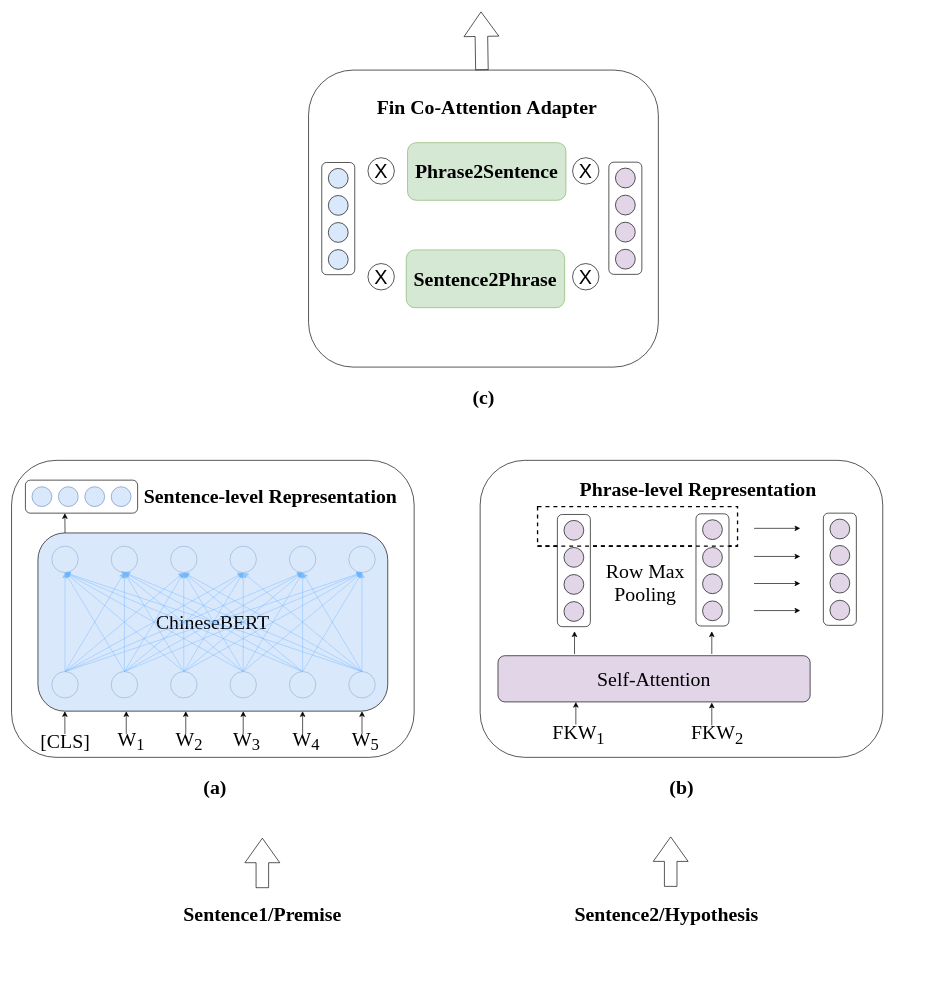
This is text_match/NLI_method.drawio from lengyueit/paper_pic, a draw.io file, before an edit. Source tidied: cells renumbered, new cells numbered last; positions are measured from the earlier drawing's top-left corner, leaving out a move shared by most shapes. Both pictures are drawn from the tidied source at 66%, with x=0, y=0 at pixel (11, 11).
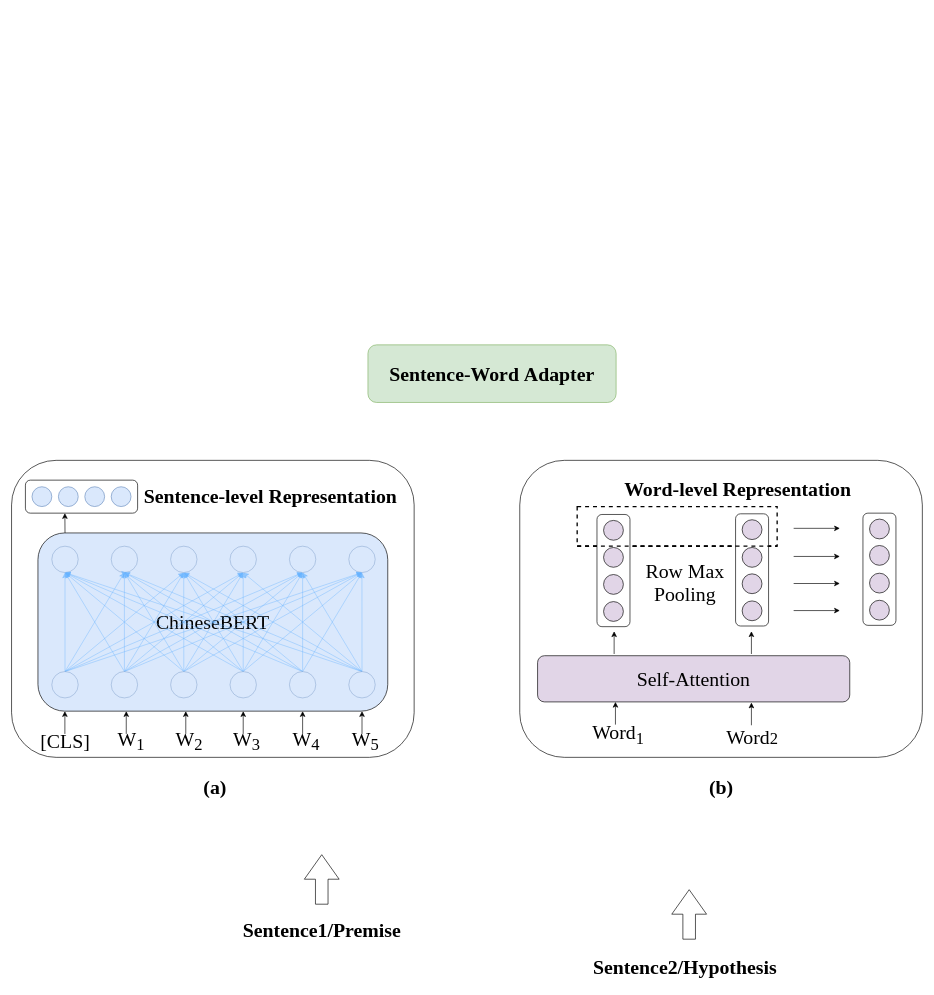
After the change.

The edit, as a diff of the source:
```diff
@@
     <mxCell id="2" value="&lt;font face=&quot;Times New Roman&quot; style=&quot;font-size: 30px;&quot;&gt;&lt;b&gt;Sentence1/Premise&lt;/b&gt;&lt;/font&gt;" style="text;html=1;align=center;verticalAlign=middle;strokeColor=none;fillColor=none;" parent="1" vertex="1">
-      <mxGeometry x="250" y="1342" width="260" height="50" as="geometry" />
+      <mxGeometry x="340" y="1367" width="260" height="50" as="geometry" />
     </mxCell>
     <mxCell id="3" value="&lt;font face=&quot;Times New Roman&quot; style=&quot;font-size: 30px;&quot;&gt;&lt;b&gt;Sentence2/Hypothesis&lt;/b&gt;&lt;/font&gt;" style="text;html=1;align=center;verticalAlign=middle;strokeColor=none;fillColor=none;" parent="1" vertex="1">
-      <mxGeometry x="842" y="1342" width="300" height="50" as="geometry" />
+      <mxGeometry x="870" y="1422" width="300" height="50" as="geometry" />
     </mxCell>
     <mxCell id="4" style="shape=flexArrow;endArrow=classic;html=1;rounded=0;endWidth=32.72727272727273;endSize=12.047619047619047;width=19.047619047619047;" parent="1" edge="1">
       <mxGeometry relative="1" as="geometry">
-        <mxPoint x="380" y="1328" as="sourcePoint" />
-        <mxPoint x="380" y="1252" as="targetPoint" />
+        <mxPoint x="470" y="1353" as="sourcePoint" />
+        <mxPoint x="470" y="1277" as="targetPoint" />
       </mxGeometry>
     </mxCell>
     <mxCell id="5" style="shape=flexArrow;endArrow=classic;html=1;rounded=0;endWidth=32.72727272727273;endSize=12.047619047619047;width=19.047619047619047;" parent="1" edge="1">
       <mxGeometry relative="1" as="geometry">
-        <mxPoint x="998.7" y="1326" as="sourcePoint" />
-        <mxPoint x="998.7" y="1250" as="targetPoint" />
+        <mxPoint x="1026.7" y="1406" as="sourcePoint" />
+        <mxPoint x="1026.7" y="1330" as="targetPoint" />
       </mxGeometry>
     </mxCell>
@@
     <mxCell id="76" style="rounded=1;whiteSpace=wrap;html=1;" parent="1" vertex="1">
-      <mxGeometry x="710" y="680" width="610" height="450" as="geometry" />
+      <mxGeometry x="770" y="680" width="610" height="450" as="geometry" />
     </mxCell>
     <mxCell id="77" value="&lt;font face=&quot;Times New Roman&quot;&gt;&lt;span style=&quot;font-size: 30px;&quot;&gt;&lt;b&gt;(b)&lt;/b&gt;&lt;/span&gt;&lt;/font&gt;" style="text;html=1;align=center;verticalAlign=middle;strokeColor=none;fillColor=none;" parent="1" vertex="1">
-      <mxGeometry x="985" y="1150" width="60" height="50" as="geometry" />
+      <mxGeometry x="1045" y="1150" width="60" height="50" as="geometry" />
     </mxCell>
-    <mxCell id="78" value="&lt;font face=&quot;Times New Roman&quot; style=&quot;font-size: 30px;&quot;&gt;FKW&lt;sub&gt;1&lt;/sub&gt;&lt;/font&gt;" style="text;html=1;align=center;verticalAlign=middle;strokeColor=none;fillColor=none;" parent="1" vertex="1">
-      <mxGeometry x="809" y="1065" width="100" height="60" as="geometry" />
+    <mxCell id="78" value="&lt;font face=&quot;Times New Roman&quot;&gt;&lt;span style=&quot;font-size: 30px;&quot;&gt;Word&lt;sub&gt;1&lt;/sub&gt;&lt;/span&gt;&lt;/font&gt;" style="text;html=1;align=center;verticalAlign=middle;strokeColor=none;fillColor=none;" parent="1" vertex="1">
+      <mxGeometry x="869" y="1065" width="100" height="60" as="geometry" />
     </mxCell>
     <mxCell id="79" value="&lt;font style=&quot;font-size: 30px;&quot; face=&quot;Times New Roman&quot;&gt;Self-Attention&lt;/font&gt;" style="rounded=1;whiteSpace=wrap;html=1;fillColor=#e1d5e7;strokeColor=#000000;" parent="1" vertex="1">
-      <mxGeometry x="737" y="976" width="473" height="70" as="geometry" />
+      <mxGeometry x="797" y="976" width="473" height="70" as="geometry" />
     </mxCell>
-    <mxCell id="80" value="&lt;font style=&quot;font-size: 30px;&quot; face=&quot;Times New Roman&quot;&gt;&lt;b&gt;Phrase&lt;/b&gt;&lt;/font&gt;&lt;font face=&quot;Times New Roman&quot; style=&quot;font-size: 30px;&quot;&gt;&lt;b&gt;&lt;font style=&quot;font-size: 30px;&quot;&gt;-level&amp;nbsp;&lt;/font&gt;Representation&lt;/b&gt;&lt;/font&gt;" style="text;html=1;align=center;verticalAlign=middle;strokeColor=none;fillColor=none;" parent="1" vertex="1">
-      <mxGeometry x="850" y="699" width="380" height="50" as="geometry" />
+    <mxCell id="80" value="&lt;font style=&quot;font-size: 30px;&quot; face=&quot;Times New Roman&quot;&gt;&lt;b&gt;Word&lt;/b&gt;&lt;/font&gt;&lt;font face=&quot;Times New Roman&quot; style=&quot;font-size: 30px;&quot;&gt;&lt;b&gt;&lt;font style=&quot;font-size: 30px;&quot;&gt;-level&amp;nbsp;&lt;/font&gt;Representation&lt;/b&gt;&lt;/font&gt;" style="text;html=1;align=center;verticalAlign=middle;strokeColor=none;fillColor=none;" parent="1" vertex="1">
+      <mxGeometry x="915" y="699" width="370" height="50" as="geometry" />
     </mxCell>
-    <mxCell id="81" value="&lt;font face=&quot;Times New Roman&quot; style=&quot;font-size: 30px;&quot;&gt;FKW&lt;sub&gt;2&lt;/sub&gt;&lt;/font&gt;" style="text;html=1;align=center;verticalAlign=middle;strokeColor=none;fillColor=none;" parent="1" vertex="1">
-      <mxGeometry x="1019" y="1065" width="100" height="60" as="geometry" />
-    </mxCell>
     <mxCell id="82" style="rounded=0;whiteSpace=wrap;html=1;dashed=1;strokeWidth=2;" parent="1" vertex="1">
-      <mxGeometry x="797" y="750" width="303" height="60" as="geometry" />
+      <mxGeometry x="857" y="750" width="303" height="60" as="geometry" />
     </mxCell>
     <mxCell id="83" value="&lt;font face=&quot;Times New Roman&quot; style=&quot;font-size: 30px;&quot;&gt;Row Max &lt;br&gt;Pooling&lt;/font&gt;" style="text;html=1;align=center;verticalAlign=middle;strokeColor=none;fillColor=none;" parent="1" vertex="1">
-      <mxGeometry x="890" y="820" width="140" height="90" as="geometry" />
+      <mxGeometry x="950" y="820" width="140" height="90" as="geometry" />
     </mxCell>
     <mxCell id="84" style="endArrow=classic;html=1;rounded=0;" parent="1" edge="1">
       <mxGeometry relative="1" as="geometry">
-        <mxPoint x="855" y="1080.4" as="sourcePoint" />
-        <mxPoint x="855" y="1046" as="targetPoint" />
+        <mxPoint x="915" y="1080.4" as="sourcePoint" />
+        <mxPoint x="915" y="1046" as="targetPoint" />
       </mxGeometry>
     </mxCell>
     <mxCell id="85" style="endArrow=classic;html=1;rounded=0;" parent="1" edge="1">
       <mxGeometry relative="1" as="geometry">
-        <mxPoint x="1061" y="1081.4" as="sourcePoint" />
-        <mxPoint x="1061" y="1047" as="targetPoint" />
+        <mxPoint x="1121" y="1081.4" as="sourcePoint" />
+        <mxPoint x="1121" y="1047" as="targetPoint" />
       </mxGeometry>
     </mxCell>
     <mxCell id="86" style="endArrow=classic;html=1;rounded=0;" parent="1" edge="1">
       <mxGeometry relative="1" as="geometry">
-        <mxPoint x="1061" y="973.4" as="sourcePoint" />
-        <mxPoint x="1061" y="939" as="targetPoint" />
+        <mxPoint x="1121" y="973.4" as="sourcePoint" />
+        <mxPoint x="1121" y="939" as="targetPoint" />
       </mxGeometry>
     </mxCell>
     <mxCell id="87" style="endArrow=classic;html=1;rounded=0;" parent="1" edge="1">
       <mxGeometry relative="1" as="geometry">
-        <mxPoint x="853" y="973.4" as="sourcePoint" />
-        <mxPoint x="853" y="939" as="targetPoint" />
+        <mxPoint x="913" y="973.4" as="sourcePoint" />
+        <mxPoint x="913" y="939" as="targetPoint" />
       </mxGeometry>
     </mxCell>
     <mxCell id="88" style="endArrow=classic;html=1;rounded=0;" parent="1" edge="1">
       <mxGeometry relative="1" as="geometry">
-        <mxPoint x="1125" y="783" as="sourcePoint" />
-        <mxPoint x="1195" y="783" as="targetPoint" />
+        <mxPoint x="1185" y="783" as="sourcePoint" />
+        <mxPoint x="1255" y="783" as="targetPoint" />
       </mxGeometry>
     </mxCell>
     <mxCell id="89" style="endArrow=classic;html=1;rounded=0;" parent="1" edge="1">
       <mxGeometry relative="1" as="geometry">
-        <mxPoint x="1125" y="825.6" as="sourcePoint" />
-        <mxPoint x="1195" y="825.6" as="targetPoint" />
+        <mxPoint x="1185" y="825.6" as="sourcePoint" />
+        <mxPoint x="1255" y="825.6" as="targetPoint" />
       </mxGeometry>
     </mxCell>
     <mxCell id="90" style="endArrow=classic;html=1;rounded=0;" parent="1" edge="1">
       <mxGeometry relative="1" as="geometry">
-        <mxPoint x="1125" y="866.6" as="sourcePoint" />
-        <mxPoint x="1195" y="866.6" as="targetPoint" />
+        <mxPoint x="1185" y="866.6" as="sourcePoint" />
+        <mxPoint x="1255" y="866.6" as="targetPoint" />
       </mxGeometry>
     </mxCell>
     <mxCell id="91" style="endArrow=classic;html=1;rounded=0;" parent="1" edge="1">
       <mxGeometry relative="1" as="geometry">
-        <mxPoint x="1125" y="907.6" as="sourcePoint" />
-        <mxPoint x="1195" y="907.6" as="targetPoint" />
+        <mxPoint x="1185" y="907.6" as="sourcePoint" />
+        <mxPoint x="1255" y="907.6" as="targetPoint" />
       </mxGeometry>
     </mxCell>
@@
     <mxCell id="93" style="rounded=1;whiteSpace=wrap;html=1;direction=west;rotation=90;" parent="1" vertex="1">
-      <mxGeometry x="977" y="821" width="170" height="50" as="geometry" />
+      <mxGeometry x="1037" y="821" width="170" height="50" as="geometry" />
     </mxCell>
     <mxCell id="94" style="ellipse;whiteSpace=wrap;html=1;fillColor=#e1d5e7;direction=west;" parent="1" vertex="1">
-      <mxGeometry x="1047" y="770" width="30" height="30" as="geometry" />
+      <mxGeometry x="1107" y="770" width="30" height="30" as="geometry" />
     </mxCell>
     <mxCell id="95" style="ellipse;whiteSpace=wrap;html=1;fillColor=#e1d5e7;direction=west;" parent="1" vertex="1">
-      <mxGeometry x="1047" y="812" width="30" height="30" as="geometry" />
+      <mxGeometry x="1107" y="812" width="30" height="30" as="geometry" />
     </mxCell>
     <mxCell id="96" style="ellipse;whiteSpace=wrap;html=1;fillColor=#e1d5e7;direction=west;" parent="1" vertex="1">
-      <mxGeometry x="1047" y="852" width="30" height="30" as="geometry" />
+      <mxGeometry x="1107" y="852" width="30" height="30" as="geometry" />
     </mxCell>
     <mxCell id="97" style="ellipse;whiteSpace=wrap;html=1;fillColor=#e1d5e7;direction=west;" parent="1" vertex="1">
-      <mxGeometry x="1047" y="893" width="30" height="30" as="geometry" />
+      <mxGeometry x="1107" y="893" width="30" height="30" as="geometry" />
     </mxCell>
     <mxCell id="98" style="rounded=1;whiteSpace=wrap;html=1;direction=west;rotation=90;" parent="1" vertex="1">
-      <mxGeometry x="1170" y="820" width="170" height="50" as="geometry" />
+      <mxGeometry x="1230" y="820" width="170" height="50" as="geometry" />
     </mxCell>
     <mxCell id="99" style="ellipse;whiteSpace=wrap;html=1;fillColor=#e1d5e7;direction=west;" parent="1" vertex="1">
-      <mxGeometry x="1240" y="769" width="30" height="30" as="geometry" />
+      <mxGeometry x="1300" y="769" width="30" height="30" as="geometry" />
     </mxCell>
     <mxCell id="100" style="ellipse;whiteSpace=wrap;html=1;fillColor=#e1d5e7;direction=west;" parent="1" vertex="1">
-      <mxGeometry x="1240" y="809" width="30" height="30" as="geometry" />
+      <mxGeometry x="1300" y="809" width="30" height="30" as="geometry" />
     </mxCell>
     <mxCell id="101" style="ellipse;whiteSpace=wrap;html=1;fillColor=#e1d5e7;direction=west;" parent="1" vertex="1">
-      <mxGeometry x="1240" y="851" width="30" height="30" as="geometry" />
+      <mxGeometry x="1300" y="851" width="30" height="30" as="geometry" />
     </mxCell>
     <mxCell id="102" style="ellipse;whiteSpace=wrap;html=1;fillColor=#e1d5e7;direction=west;" parent="1" vertex="1">
-      <mxGeometry x="1240" y="892" width="30" height="30" as="geometry" />
+      <mxGeometry x="1300" y="892" width="30" height="30" as="geometry" />
     </mxCell>
     <mxCell id="103" style="rounded=1;whiteSpace=wrap;html=1;direction=west;rotation=90;" parent="1" vertex="1">
-      <mxGeometry x="767" y="822" width="170" height="50" as="geometry" />
+      <mxGeometry x="827" y="822" width="170" height="50" as="geometry" />
     </mxCell>
     <mxCell id="104" style="ellipse;whiteSpace=wrap;html=1;fillColor=#e1d5e7;direction=west;" parent="1" vertex="1">
-      <mxGeometry x="837" y="771" width="30" height="30" as="geometry" />
+      <mxGeometry x="897" y="771" width="30" height="30" as="geometry" />
     </mxCell>
     <mxCell id="105" style="ellipse;whiteSpace=wrap;html=1;fillColor=#e1d5e7;direction=west;" parent="1" vertex="1">
-      <mxGeometry x="837" y="812" width="30" height="30" as="geometry" />
+      <mxGeometry x="897" y="812" width="30" height="30" as="geometry" />
     </mxCell>
     <mxCell id="106" style="ellipse;whiteSpace=wrap;html=1;fillColor=#e1d5e7;direction=west;" parent="1" vertex="1">
-      <mxGeometry x="837" y="853" width="30" height="30" as="geometry" />
+      <mxGeometry x="897" y="853" width="30" height="30" as="geometry" />
     </mxCell>
     <mxCell id="107" style="ellipse;whiteSpace=wrap;html=1;fillColor=#e1d5e7;direction=west;" parent="1" vertex="1">
-      <mxGeometry x="837" y="894" width="30" height="30" as="geometry" />
+      <mxGeometry x="897" y="894" width="30" height="30" as="geometry" />
     </mxCell>
     <mxCell id="108" style="endArrow=none;dashed=1;html=1;rounded=0;strokeWidth=2;" parent="1" edge="1">
       <mxGeometry relative="1" as="geometry">
-        <mxPoint x="797" y="810" as="sourcePoint" />
-        <mxPoint x="1100" y="810" as="targetPoint" />
+        <mxPoint x="857" y="810" as="sourcePoint" />
+        <mxPoint x="1160" y="810" as="targetPoint" />
       </mxGeometry>
     </mxCell>
-    <mxCell id="109" style="rounded=1;whiteSpace=wrap;html=1;" parent="1" vertex="1">
-      <mxGeometry x="450" y="88.7" width="530" height="450" as="geometry" />
-    </mxCell>
-    <mxCell id="110" value="&lt;font face=&quot;Times New Roman&quot; style=&quot;font-size: 30px;&quot;&gt;&lt;b&gt;Fin Co-Attention&amp;nbsp;&lt;/b&gt;&lt;/font&gt;&lt;font size=&quot;1&quot; face=&quot;Times New Roman&quot;&gt;&lt;b style=&quot;font-size: 30px;&quot;&gt;Adapter&lt;/b&gt;&lt;/font&gt;" style="text;html=1;align=center;verticalAlign=middle;strokeColor=none;fillColor=none;" parent="1" vertex="1">
-      <mxGeometry x="540" y="118.7" width="360" height="50" as="geometry" />
-    </mxCell>
-    <mxCell id="111" value="&lt;b style=&quot;border-color: var(--border-color); font-family: &amp;quot;Times New Roman&amp;quot;; font-size: 30px;&quot;&gt;Phrase2Sentence&lt;/b&gt;" style="rounded=1;whiteSpace=wrap;html=1;fillColor=#d5e8d4;strokeColor=#82b366;" parent="1" vertex="1">
-      <mxGeometry x="600" y="198.7" width="240" height="87.3" as="geometry" />
+    <mxCell id="111" value="&lt;font style=&quot;border-color: var(--border-color); font-size: 30px;&quot; face=&quot;Times New Roman&quot;&gt;&lt;b style=&quot;border-color: var(--border-color);&quot;&gt;Sentence-Word&amp;nbsp;&lt;/b&gt;&lt;/font&gt;&lt;font style=&quot;border-color: var(--border-color);&quot; face=&quot;Times New Roman&quot;&gt;&lt;b style=&quot;border-color: var(--border-color); font-size: 30px;&quot;&gt;Adapter&lt;/b&gt;&lt;/font&gt;" style="rounded=1;whiteSpace=wrap;html=1;fillColor=#d5e8d4;strokeColor=#82b366;" parent="1" vertex="1">
+      <mxGeometry x="540" y="505" width="376" height="87.3" as="geometry" />
     </mxCell>
-    <mxCell id="112" value="&lt;b style=&quot;border-color: var(--border-color); font-family: &amp;quot;Times New Roman&amp;quot;; font-size: 30px;&quot;&gt;Sentence2&lt;/b&gt;&lt;b style=&quot;border-color: var(--border-color); font-family: &amp;quot;Times New Roman&amp;quot;; font-size: 30px;&quot;&gt;Phrase&lt;/b&gt;" style="rounded=1;whiteSpace=wrap;html=1;fillColor=#d5e8d4;strokeColor=#82b366;" parent="1" vertex="1">
-      <mxGeometry x="598" y="361.1" width="240" height="87.6" as="geometry" />
-    </mxCell>
-    <mxCell id="113" value="&lt;div&gt;&lt;font style=&quot;font-size: 30px;&quot;&gt;X&lt;/font&gt;&lt;/div&gt;" style="ellipse;whiteSpace=wrap;html=1;" parent="1" vertex="1">
-      <mxGeometry x="540" y="221.5" width="40" height="40" as="geometry" />
-    </mxCell>
-    <mxCell id="114" value="&lt;div&gt;&lt;font style=&quot;font-size: 30px;&quot;&gt;X&lt;/font&gt;&lt;/div&gt;" style="ellipse;whiteSpace=wrap;html=1;" parent="1" vertex="1">
-      <mxGeometry x="540" y="381.8" width="40" height="40" as="geometry" />
-    </mxCell>
-    <mxCell id="115" value="&lt;div&gt;&lt;font style=&quot;font-size: 30px;&quot;&gt;X&lt;/font&gt;&lt;/div&gt;" style="ellipse;whiteSpace=wrap;html=1;" parent="1" vertex="1">
-      <mxGeometry x="850" y="221.5" width="40" height="40" as="geometry" />
-    </mxCell>
-    <mxCell id="116" value="&lt;div&gt;&lt;font style=&quot;font-size: 30px;&quot;&gt;X&lt;/font&gt;&lt;/div&gt;" style="ellipse;whiteSpace=wrap;html=1;" parent="1" vertex="1">
-      <mxGeometry x="850" y="381.8" width="40" height="40" as="geometry" />
-    </mxCell>
-    <mxCell id="117" value="&lt;font face=&quot;Times New Roman&quot;&gt;&lt;span style=&quot;font-size: 30px;&quot;&gt;&lt;b&gt;(c)&lt;/b&gt;&lt;/span&gt;&lt;/font&gt;" style="text;html=1;align=center;verticalAlign=middle;strokeColor=none;fillColor=none;" parent="1" vertex="1">
-      <mxGeometry x="685" y="558.7" width="60" height="50" as="geometry" />
-    </mxCell>
-    <mxCell id="118" style="group;" parent="1" vertex="1">
-      <mxGeometry x="470" y="228.7" width="50" height="170" as="geometry" />
-    </mxCell>
-    <mxCell id="119" style="rounded=1;whiteSpace=wrap;html=1;direction=west;rotation=90;" parent="118" vertex="1">
-      <mxGeometry x="-60" y="60" width="170" height="50" as="geometry" />
-    </mxCell>
-    <mxCell id="120" style="ellipse;whiteSpace=wrap;html=1;fillColor=#dae8fc;direction=west;" parent="118" vertex="1">
-      <mxGeometry x="10" y="9" width="30" height="30" as="geometry" />
-    </mxCell>
-    <mxCell id="121" style="ellipse;whiteSpace=wrap;html=1;fillColor=#dae8fc;direction=west;" parent="118" vertex="1">
-      <mxGeometry x="10" y="50" width="30" height="30" as="geometry" />
-    </mxCell>
-    <mxCell id="122" style="ellipse;whiteSpace=wrap;html=1;fillColor=#dae8fc;direction=west;" parent="118" vertex="1">
-      <mxGeometry x="10" y="91" width="30" height="30" as="geometry" />
-    </mxCell>
-    <mxCell id="123" style="ellipse;whiteSpace=wrap;html=1;fillColor=#dae8fc;direction=west;" parent="118" vertex="1">
-      <mxGeometry x="10" y="132" width="30" height="30" as="geometry" />
-    </mxCell>
-    <mxCell id="124" style="rounded=1;whiteSpace=wrap;html=1;direction=west;rotation=90;" parent="1" vertex="1">
-      <mxGeometry x="845" y="288.2" width="170" height="50" as="geometry" />
-    </mxCell>
-    <mxCell id="125" style="ellipse;whiteSpace=wrap;html=1;fillColor=#e1d5e7;direction=west;" parent="1" vertex="1">
-      <mxGeometry x="915" y="237.2" width="30" height="30" as="geometry" />
-    </mxCell>
-    <mxCell id="126" style="ellipse;whiteSpace=wrap;html=1;fillColor=#e1d5e7;direction=west;" parent="1" vertex="1">
-      <mxGeometry x="915" y="278.2" width="30" height="30" as="geometry" />
-    </mxCell>
-    <mxCell id="127" style="ellipse;whiteSpace=wrap;html=1;fillColor=#e1d5e7;direction=west;" parent="1" vertex="1">
-      <mxGeometry x="915" y="319.2" width="30" height="30" as="geometry" />
-    </mxCell>
-    <mxCell id="128" style="ellipse;whiteSpace=wrap;html=1;fillColor=#e1d5e7;direction=west;" parent="1" vertex="1">
-      <mxGeometry x="915" y="360.2" width="30" height="30" as="geometry" />
-    </mxCell>
-    <mxCell id="129" style="shape=flexArrow;endArrow=classic;html=1;rounded=0;endWidth=32.72727272727273;endSize=12.047619047619047;width=19.047619047619047;entryX=0.558;entryY=1.002;entryDx=0;entryDy=0;entryPerimeter=0;" parent="1" edge="1">
-      <mxGeometry relative="1" as="geometry">
-        <mxPoint x="712.7" y="88.7" as="sourcePoint" />
-        <mxPoint x="711.3" as="targetPoint" />
-      </mxGeometry>
-    </mxCell>
+    <mxCell id="130" value="&lt;font face=&quot;Times New Roman&quot;&gt;&lt;span style=&quot;font-size: 30px;&quot;&gt;Word&lt;/span&gt;&lt;span style=&quot;font-size: 25px;&quot;&gt;2&lt;/span&gt;&lt;/font&gt;" style="text;html=1;align=center;verticalAlign=middle;strokeColor=none;fillColor=none;" parent="1" vertex="1">
+      <mxGeometry x="1072" y="1075" width="100" height="50" as="geometry" />
+    </mxCell>
```
